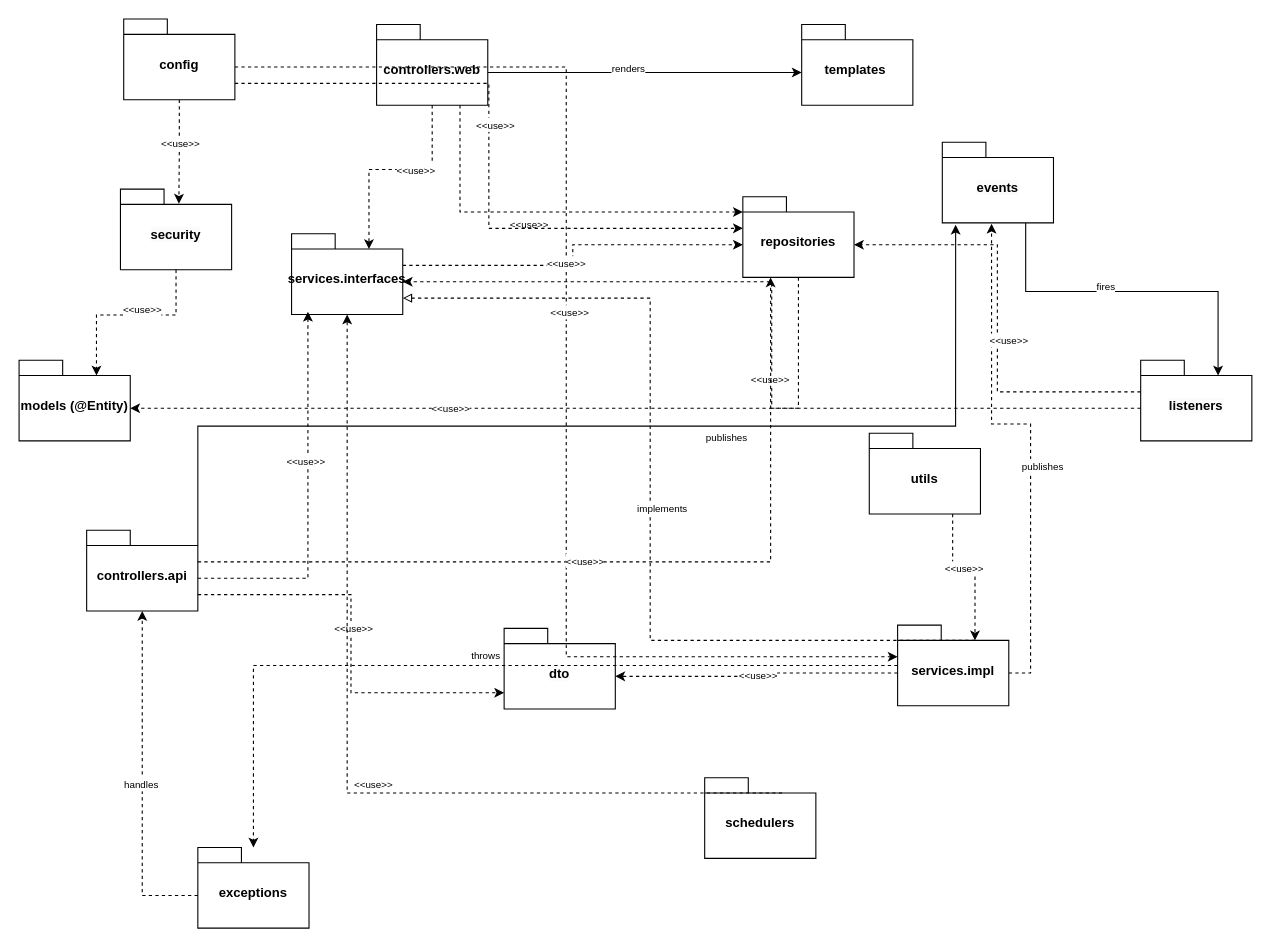
Earlier version of the draw.io diagram 07-Reports/package.drawio (NguyenNgoc6/HoaNien). Source tidied: cells renumbered, new cells numbered last; positions are measured from the earlier drawing's top-left corner, leaving out a move shared by most shapes. Both pictures are drawn from the tidied source at 109%, with x=0, y=0 at pixel (19, 19).
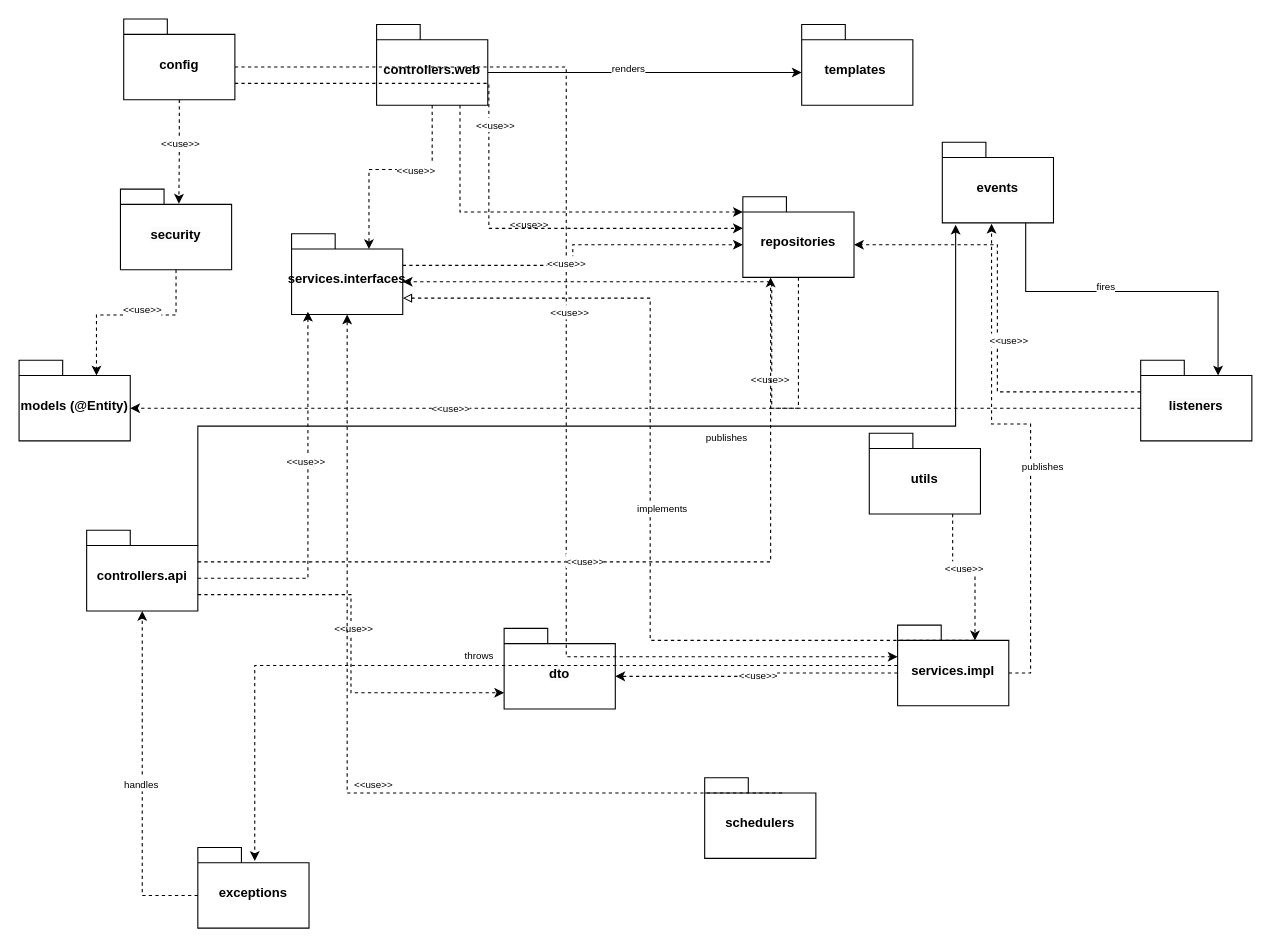
The same page after the edit.

The change refers to these unchanged cells:
```xml
<mxCell id="8" value="&lt;span style=&quot;white-space: nowrap;&quot;&gt;exceptions&lt;/span&gt;" style="shape=folder;fontStyle=1;spacingTop=10;tabWidth=40;tabHeight=14;tabPosition=left;html=1;whiteSpace=wrap;" parent="1" vertex="1">
  <mxGeometry x="164" y="760" width="102" height="74" as="geometry" />
</mxCell>
<mxCell id="13" value="&lt;span style=&quot;white-space: nowrap;&quot;&gt;services.impl&lt;/span&gt;" style="shape=folder;fontStyle=1;spacingTop=10;tabWidth=40;tabHeight=14;tabPosition=left;html=1;whiteSpace=wrap;" parent="1" vertex="1">
  <mxGeometry x="806" y="556" width="102" height="74" as="geometry" />
</mxCell>
```

Change to the diagram source:
```diff
@@
-    <mxCell id="61" style="edgeStyle=orthogonalEdgeStyle;rounded=0;jettySize=auto;html=1;dashed=1;" parent="1" edge="1" source="13" target="8">
+    <mxCell id="61" style="edgeStyle=orthogonalEdgeStyle;rounded=0;jettySize=auto;html=1;dashed=1;entryX=0.512;entryY=0.167;entryDx=0;entryDy=0;entryPerimeter=0;" parent="1" edge="1" source="13" target="8">
       <mxGeometry relative="1" as="geometry" />
     </mxCell>
```
